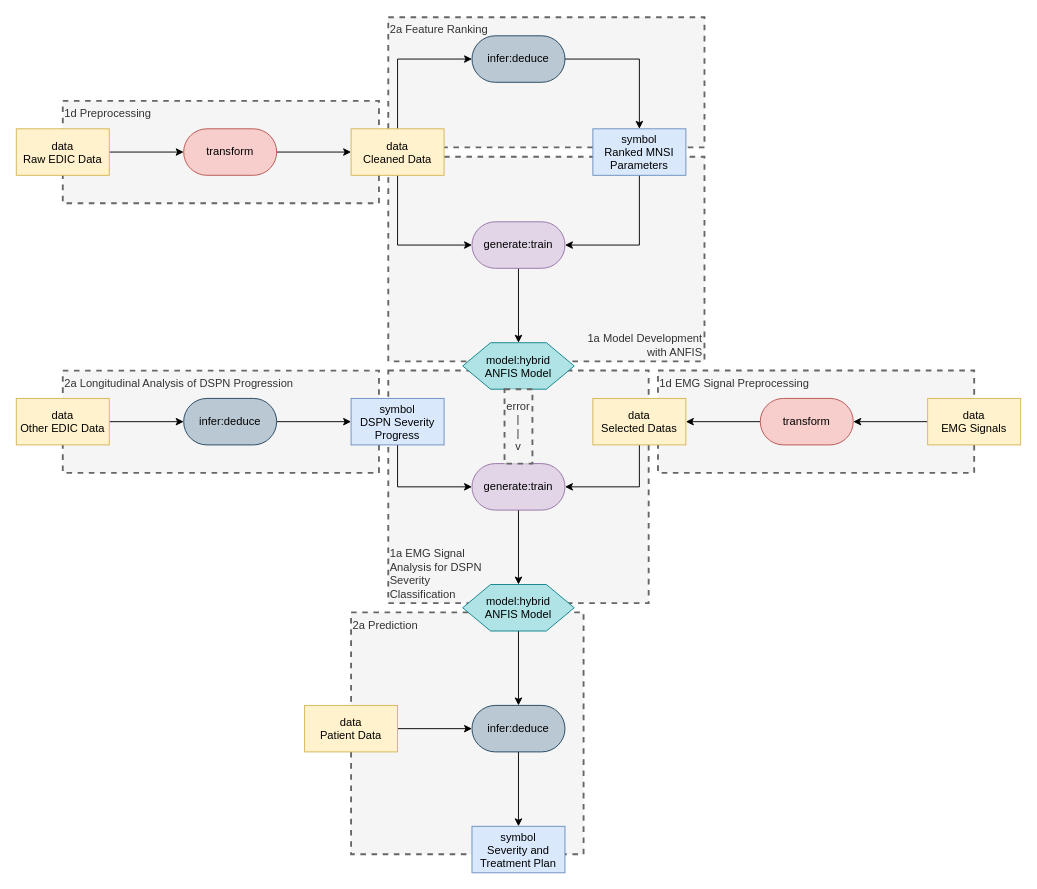
Before: page "Page-1" (1 of 2) of medical patterns to boxologies/Rules Embedded in ML architecture (REML)/Diabetic Sensorimotor Polyneuropathy Severity Classification Using Adaptive Neuro Fuzzy Inference System.drawio in zonnesmit/thesis, a draw.io diagram. Source tidied: cells renumbered, new cells numbered last; positions are measured from the earlier drawing's top-left corner, leaving out a move shared by most shapes. Both pictures are drawn from the tidied source at 93%, with x=0, y=0 at pixel (16, 17).
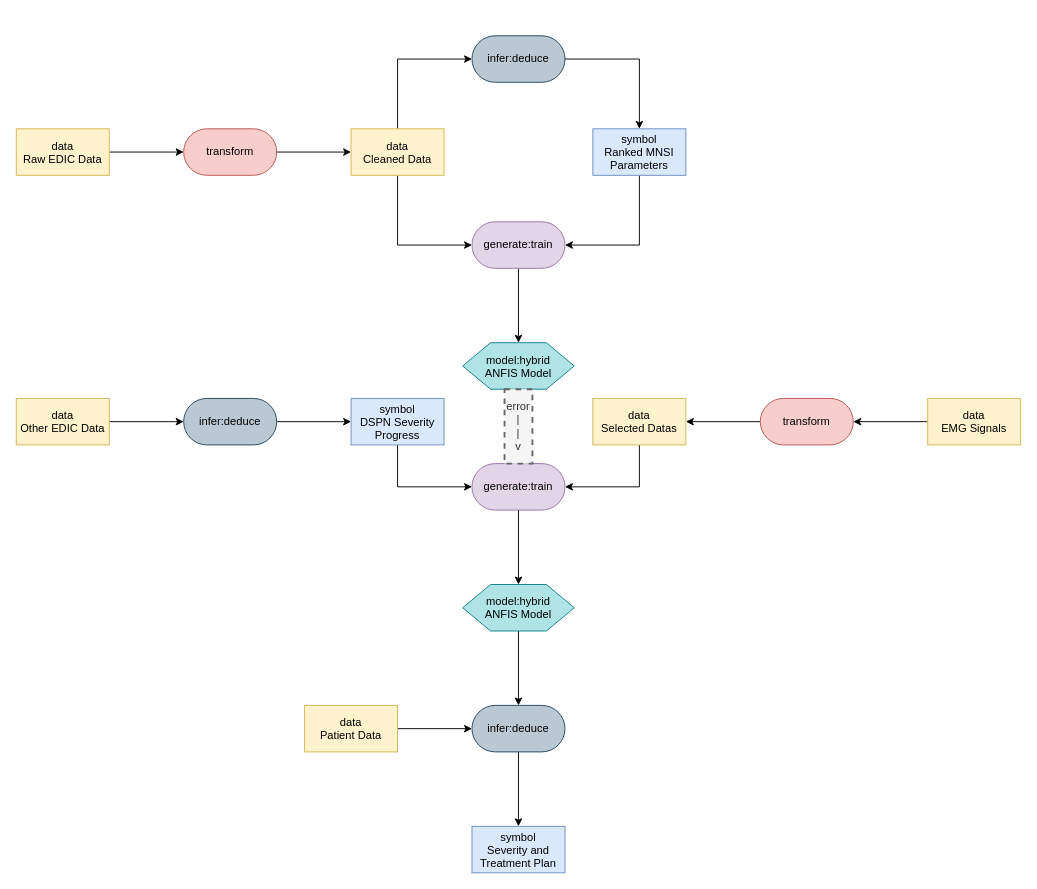
After the change.

The edit, as a diff of the source:
```diff
@@
-    <mxCell id="2" value="2a Prediction" style="text;html=1;align=left;verticalAlign=top;whiteSpace=wrap;rounded=0;dashed=1;fillColor=#f5f5f5;fontColor=#333333;strokeColor=#666666;strokeWidth=2;" parent="1" vertex="1">
-      <mxGeometry x="360" y="640" width="250" height="260" as="geometry" />
-    </mxCell>
-    <mxCell id="3" value="1d EMG Signal Preprocessing" style="text;html=1;align=left;verticalAlign=top;whiteSpace=wrap;rounded=0;dashed=1;fillColor=#f5f5f5;fontColor=#333333;strokeColor=#666666;strokeWidth=2;" parent="1" vertex="1">
-      <mxGeometry x="690" y="379.9" width="340" height="110" as="geometry" />
-    </mxCell>
-    <mxCell id="4" value="&lt;div&gt;1a EMG Signal&lt;/div&gt;&lt;div&gt;Analysis for DSPN&lt;/div&gt;&lt;div&gt;Severity&lt;/div&gt;&lt;div&gt;Classification&lt;/div&gt;" style="text;html=1;align=left;verticalAlign=bottom;whiteSpace=wrap;rounded=0;dashed=1;fillColor=#f5f5f5;fontColor=#333333;strokeColor=#666666;strokeWidth=2;" parent="1" vertex="1">
-      <mxGeometry x="400" y="379.9" width="280" height="250.1" as="geometry" />
-    </mxCell>
-    <mxCell id="5" value="2a Longitudinal Analysis of DSPN Progression" style="text;html=1;align=left;verticalAlign=top;whiteSpace=wrap;rounded=0;dashed=1;fillColor=#f5f5f5;fontColor=#333333;strokeColor=#666666;strokeWidth=2;" parent="1" vertex="1">
-      <mxGeometry x="50" y="380" width="340" height="110" as="geometry" />
-    </mxCell>
-    <mxCell id="6" value="&lt;div&gt;1a Model Development&lt;/div&gt;&lt;div&gt;with ANFIS&lt;/div&gt;" style="text;html=1;align=right;verticalAlign=bottom;whiteSpace=wrap;rounded=0;dashed=1;fillColor=#f5f5f5;fontColor=#333333;strokeColor=#666666;strokeWidth=2;" parent="1" vertex="1">
-      <mxGeometry x="400" y="150" width="340" height="220" as="geometry" />
-    </mxCell>
-    <mxCell id="7" value="2a Feature Ranking" style="text;html=1;align=left;verticalAlign=top;whiteSpace=wrap;rounded=0;dashed=1;fillColor=#f5f5f5;fontColor=#333333;strokeColor=#666666;strokeWidth=2;" parent="1" vertex="1">
-      <mxGeometry x="400" width="340" height="140" as="geometry" />
-    </mxCell>
-    <mxCell id="8" value="1d Preprocessing" style="text;html=1;align=left;verticalAlign=top;whiteSpace=wrap;rounded=0;dashed=1;fillColor=#f5f5f5;fontColor=#333333;strokeColor=#666666;strokeWidth=2;" parent="1" vertex="1">
-      <mxGeometry x="50" y="90" width="340" height="110" as="geometry" />
-    </mxCell>
```
